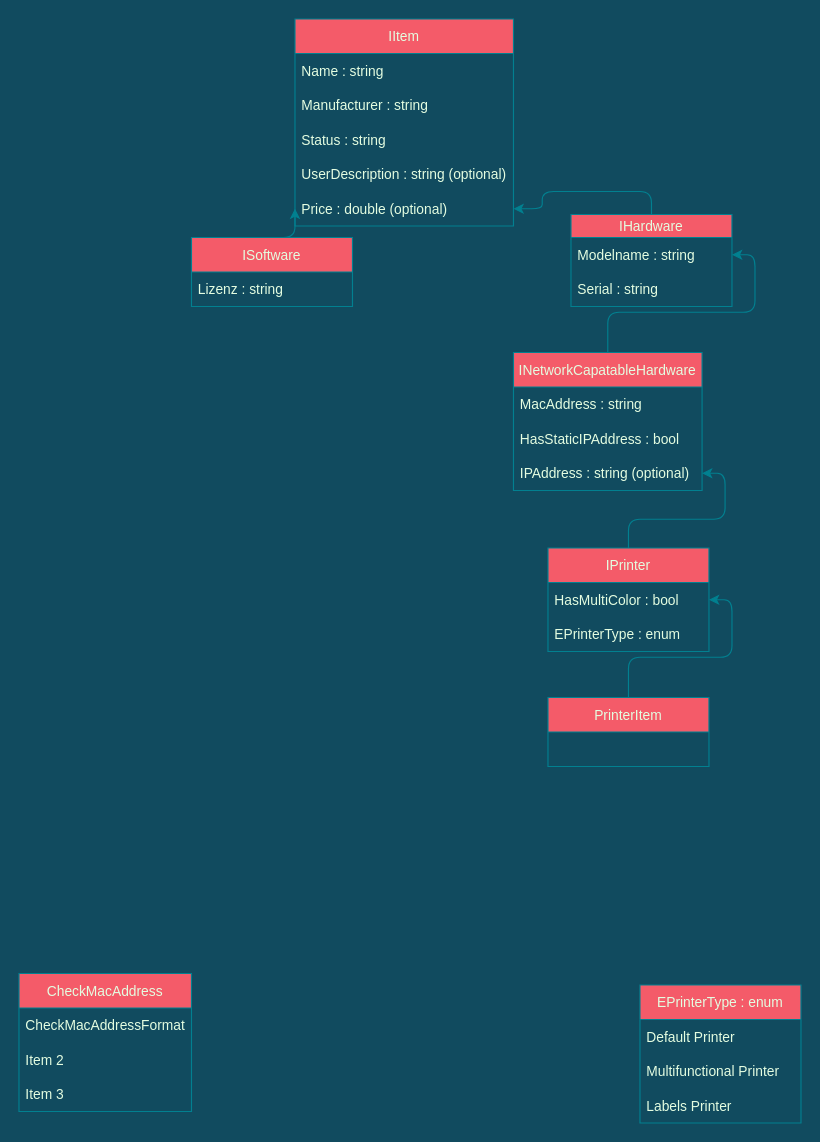
Scherlda/sw_developer_2021_damian keeps this draw.io diagram as src/uebung/printer_manager/project_diagram.drawio. Above is the earlier version. Source tidied: cells renumbered, new cells numbered last; positions are measured from the earlier drawing's top-left corner, leaving out a move shared by most shapes. Both pictures are drawn from the tidied source at 115%, with x=0, y=0 at pixel (18, 18).
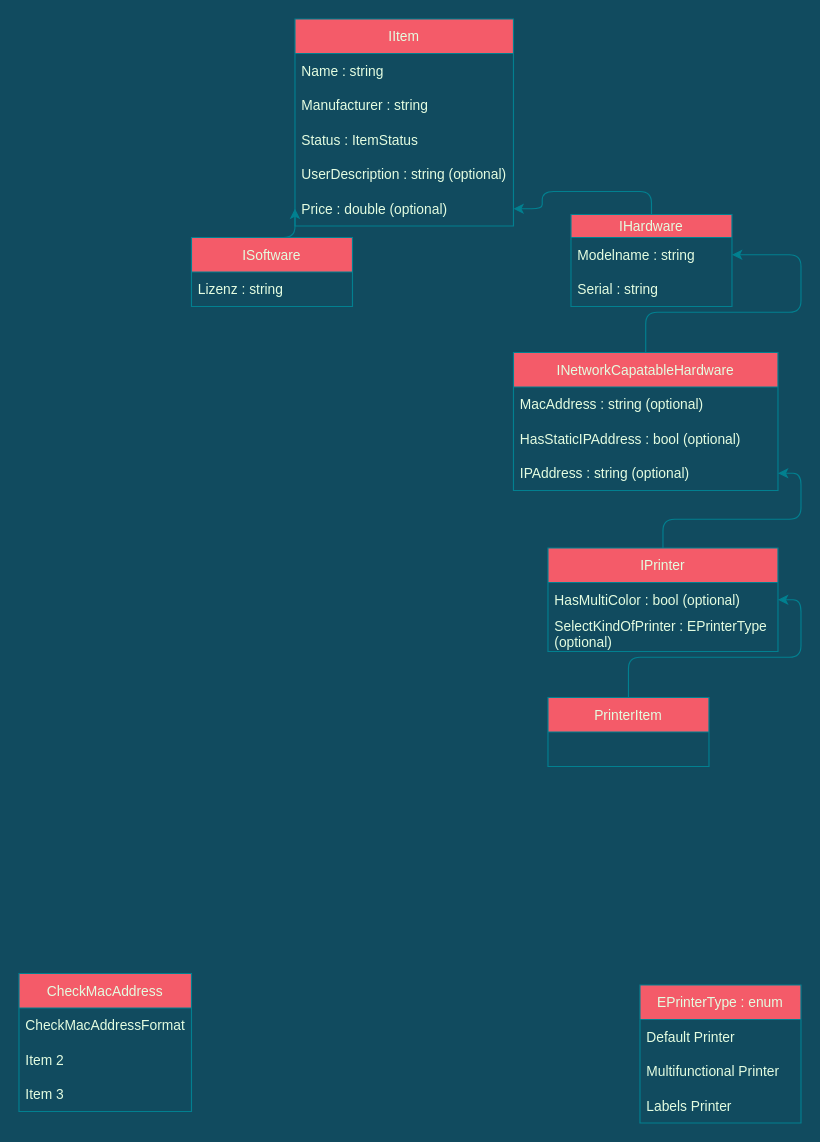
After the change.

Unchanged cells that the change refers to:
```xml
<mxCell id="19" value="IItem" style="swimlane;fontStyle=0;horizontal=1;startSize=30;fillColor=#F45B69;strokeColor=#028090;fontColor=#E4FDE1;" parent="1" vertex="1">
  <mxGeometry x="240" width="190" height="180" as="geometry" />
</mxCell>
```

Change to the diagram source:
```diff
@@
     <mxCell id="11" value="IPrinter" style="swimlane;fontStyle=0;horizontal=1;startSize=30;fillColor=#F45B69;strokeColor=#028090;fontColor=#E4FDE1;" parent="1" vertex="1">
-      <mxGeometry x="460" y="460" width="140" height="90" as="geometry" />
+      <mxGeometry x="460" y="460" width="200" height="90" as="geometry" />
     </mxCell>
-    <mxCell id="12" value="HasMultiColor : bool" style="text;strokeColor=none;fillColor=none;align=left;verticalAlign=middle;spacingLeft=4;spacingRight=4;overflow=hidden;points=[[0,0.5],[1,0.5]];portConstraint=eastwest;fontColor=#E4FDE1;" parent="11" vertex="1">
-      <mxGeometry y="30" width="140" height="30" as="geometry" />
+    <mxCell id="12" value="HasMultiColor : bool (optional)" style="text;strokeColor=none;fillColor=none;align=left;verticalAlign=middle;spacingLeft=4;spacingRight=4;overflow=hidden;points=[[0,0.5],[1,0.5]];portConstraint=eastwest;fontColor=#E4FDE1;" parent="11" vertex="1">
+      <mxGeometry y="30" width="200" height="30" as="geometry" />
     </mxCell>
-    <mxCell id="13" value="EPrinterType : enum" style="text;strokeColor=none;fillColor=none;align=left;verticalAlign=middle;spacingLeft=4;spacingRight=4;overflow=hidden;fontColor=#E4FDE1;" parent="11" vertex="1">
-      <mxGeometry y="60" width="140" height="30" as="geometry" />
+    <mxCell id="13" value="SelectKindOfPrinter : EPrinterType&#10;(optional)" style="text;strokeColor=none;fillColor=none;align=left;verticalAlign=middle;spacingLeft=4;spacingRight=4;overflow=hidden;fontColor=#E4FDE1;" parent="11" vertex="1">
+      <mxGeometry y="60" width="200" height="30" as="geometry" />
     </mxCell>
@@
     <mxCell id="15" value="INetworkCapatableHardware" style="swimlane;fontStyle=0;horizontal=1;startSize=30;fillColor=#F45B69;strokeColor=#028090;fontColor=#E4FDE1;" parent="1" vertex="1">
-      <mxGeometry x="430" y="290" width="164" height="120" as="geometry" />
+      <mxGeometry x="430" y="290" width="230" height="120" as="geometry" />
     </mxCell>
-    <mxCell id="16" value="MacAddress : string" style="text;strokeColor=none;fillColor=none;align=left;verticalAlign=middle;spacingLeft=4;spacingRight=4;overflow=hidden;fontColor=#E4FDE1;" parent="15" vertex="1">
-      <mxGeometry y="30" width="164" height="30" as="geometry" />
+    <mxCell id="16" value="MacAddress : string (optional)" style="text;strokeColor=none;fillColor=none;align=left;verticalAlign=middle;spacingLeft=4;spacingRight=4;overflow=hidden;fontColor=#E4FDE1;" parent="15" vertex="1">
+      <mxGeometry y="30" width="230" height="30" as="geometry" />
     </mxCell>
-    <mxCell id="17" value="HasStaticIPAddress : bool" style="text;strokeColor=none;fillColor=none;align=left;verticalAlign=middle;spacingLeft=4;spacingRight=4;overflow=hidden;fontColor=#E4FDE1;" parent="15" vertex="1">
-      <mxGeometry y="60" width="164" height="30" as="geometry" />
+    <mxCell id="17" value="HasStaticIPAddress : bool (optional)" style="text;strokeColor=none;fillColor=none;align=left;verticalAlign=middle;spacingLeft=4;spacingRight=4;overflow=hidden;fontColor=#E4FDE1;" parent="15" vertex="1">
+      <mxGeometry y="60" width="230" height="30" as="geometry" />
     </mxCell>
     <mxCell id="18" value="IPAddress : string (optional)" style="text;strokeColor=none;fillColor=none;align=left;verticalAlign=middle;spacingLeft=4;spacingRight=4;overflow=hidden;points=[[0,0.5],[1,0.5]];portConstraint=eastwest;fontColor=#E4FDE1;" parent="15" vertex="1">
-      <mxGeometry y="90" width="164" height="30" as="geometry" />
+      <mxGeometry y="90" width="230" height="30" as="geometry" />
     </mxCell>
@@
-    <mxCell id="22" value="Status : string" style="text;strokeColor=none;fillColor=none;align=left;verticalAlign=middle;spacingLeft=4;spacingRight=4;overflow=hidden;fontColor=#E4FDE1;" parent="19" vertex="1">
+    <mxCell id="22" value="Status : ItemStatus" style="text;strokeColor=none;fillColor=none;align=left;verticalAlign=middle;spacingLeft=4;spacingRight=4;overflow=hidden;fontColor=#E4FDE1;" parent="19" vertex="1">
       <mxGeometry y="90" width="190" height="30" as="geometry" />
     </mxCell>
```
